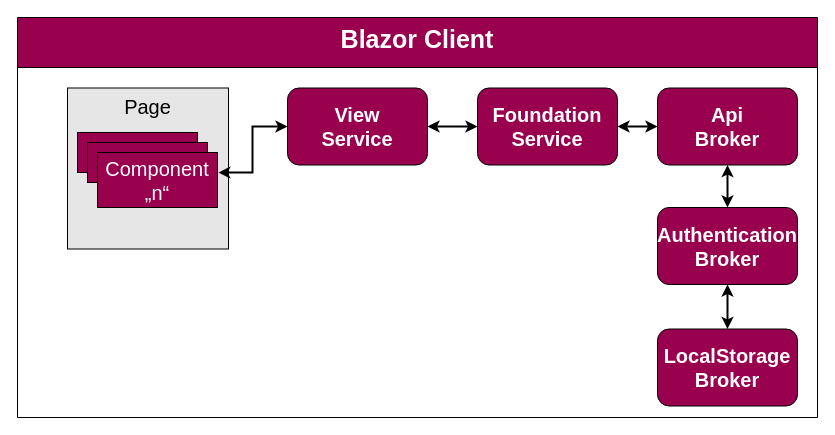
Above: page "Architektur-Blazor" (6 of 7) of Parlivote.Shared/Documentation/Untitled Diagram.drawio in schnickalodeon/Parlivote (draw.io), before the change. Source tidied: cells renumbered, new cells numbered last; positions are measured from the earlier drawing's top-left corner, leaving out a move shared by most shapes. Both pictures are drawn from the tidied source at 100%, with x=0, y=0 at pixel (17, 17).
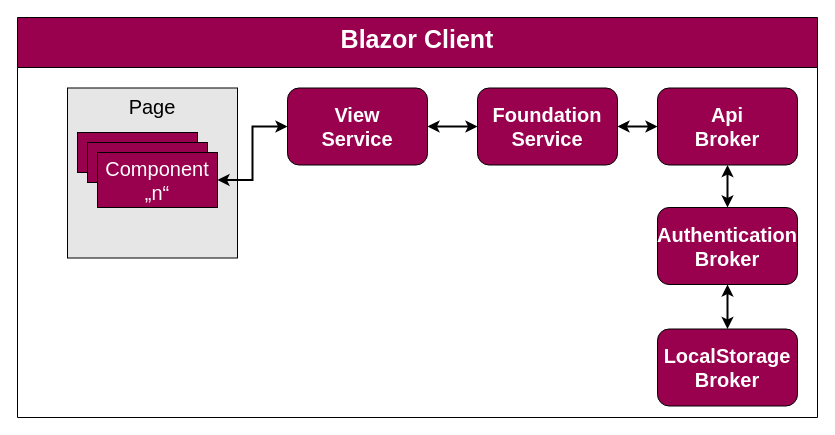
The same diagram, later.

What changed in the source:
```diff
@@
 <mxGraphModel>
   <root>
     <mxCell id="0" />
     <mxCell id="1" parent="0" />
     <mxCell id="2" value="Blazor Client" style="swimlane;fontSize=25;fontColor=#FFFFFF;strokeColor=#000000;strokeWidth=1;fillColor=#99004D;startSize=50;verticalAlign=top;" parent="1" vertex="1">
       <mxGeometry width="800" height="400" as="geometry" />
     </mxCell>
     <mxCell id="3" value="Page" style="whiteSpace=wrap;html=1;fontSize=20;labelPosition=center;verticalLabelPosition=middle;align=center;verticalAlign=top;fillColor=#E6E6E6;" parent="2" vertex="1">
-      <mxGeometry x="50" y="70.5" width="161" height="161" as="geometry" />
+      <mxGeometry x="50" y="70.5" width="170" height="170" as="geometry" />
     </mxCell>
     <mxCell id="4" style="rounded=0;whiteSpace=wrap;html=1;fontSize=20;fillColor=#99004D;" parent="2" vertex="1">
       <mxGeometry x="60" y="115" width="120" height="40" as="geometry" />
     </mxCell>
     <mxCell id="5" style="edgeStyle=orthogonalEdgeStyle;rounded=0;jettySize=auto;html=1;exitX=1;exitY=0.5;exitDx=0;exitDy=0;entryX=0;entryY=0.5;entryDx=0;entryDy=0;fontSize=20;strokeWidth=2;startArrow=classic;startFill=1;" parent="2" edge="1" source="6" target="9">
       <mxGeometry relative="1" as="geometry" />
     </mxCell>
     <mxCell id="6" value="&lt;font style=&quot;font-size: 20px;&quot;&gt;&lt;b style=&quot;font-size: 20px;&quot;&gt;Foundation&lt;br style=&quot;font-size: 20px;&quot;&gt;Service&lt;br style=&quot;font-size: 20px;&quot;&gt;&lt;/b&gt;&lt;/font&gt;" style="rounded=1;whiteSpace=wrap;html=1;fontSize=20;fontColor=#FFFFFF;strokeColor=#000000;strokeWidth=1;fillColor=#99004D;" parent="2" vertex="1">
       <mxGeometry x="460" y="70.5" width="140" height="77" as="geometry" />
     </mxCell>
     <mxCell id="7" style="edgeStyle=orthogonalEdgeStyle;rounded=0;jettySize=auto;html=1;exitX=1;exitY=0.5;exitDx=0;exitDy=0;entryX=0;entryY=0.5;entryDx=0;entryDy=0;fontSize=20;startArrow=classic;startFill=1;strokeWidth=2;" parent="2" edge="1" source="8" target="6">
       <mxGeometry relative="1" as="geometry" />
     </mxCell>
     <mxCell id="8" value="&lt;font style=&quot;font-size: 20px;&quot;&gt;&lt;b style=&quot;font-size: 20px;&quot;&gt;View&lt;br style=&quot;font-size: 20px;&quot;&gt;Service&lt;br style=&quot;font-size: 20px;&quot;&gt;&lt;/b&gt;&lt;/font&gt;" style="rounded=1;whiteSpace=wrap;html=1;fontSize=20;fontColor=#FFFFFF;strokeColor=#000000;strokeWidth=1;fillColor=#99004D;" parent="2" vertex="1">
       <mxGeometry x="270" y="70.5" width="140" height="77" as="geometry" />
     </mxCell>
     <mxCell id="9" value="&lt;font style=&quot;font-size: 20px;&quot;&gt;&lt;b style=&quot;font-size: 20px;&quot;&gt;Api&lt;br style=&quot;font-size: 20px;&quot;&gt;Broker&lt;/b&gt;&lt;/font&gt;" style="rounded=1;whiteSpace=wrap;html=1;fontSize=20;fontColor=#FFFFFF;strokeColor=#000000;strokeWidth=1;fillColor=#99004D;" parent="2" vertex="1">
       <mxGeometry x="640" y="70.5" width="140" height="77" as="geometry" />
     </mxCell>
     <mxCell id="10" style="rounded=0;whiteSpace=wrap;html=1;fontSize=20;fillColor=#99004D;" parent="2" vertex="1">
       <mxGeometry x="70" y="125" width="120" height="40" as="geometry" />
     </mxCell>
-    <mxCell id="11" style="edgeStyle=orthogonalEdgeStyle;rounded=0;jettySize=auto;html=1;exitX=1.007;exitY=0.365;exitDx=0;exitDy=0;fontSize=20;startArrow=classic;startFill=1;strokeWidth=2;exitPerimeter=0;" parent="2" edge="1" source="12" target="8">
+    <mxCell id="11" style="edgeStyle=orthogonalEdgeStyle;rounded=0;jettySize=auto;html=1;exitX=1;exitY=0.5;exitDx=0;exitDy=0;fontSize=20;startArrow=classic;startFill=1;strokeWidth=2;" parent="2" edge="1" source="12" target="8">
       <mxGeometry relative="1" as="geometry" />
     </mxCell>
     <mxCell id="12" value="Component „n“" style="rounded=0;whiteSpace=wrap;html=1;fontSize=20;fillColor=#99004D;fontColor=#FFFFFF;" parent="2" vertex="1">
       <mxGeometry x="80" y="135" width="120" height="55" as="geometry" />
     </mxCell>
     <mxCell id="13" style="edgeStyle=orthogonalEdgeStyle;rounded=0;jettySize=auto;html=1;exitX=0.5;exitY=0;exitDx=0;exitDy=0;entryX=0.5;entryY=1;entryDx=0;entryDy=0;fontSize=20;fontColor=#FFFFFF;startArrow=classic;startFill=1;strokeWidth=2;" parent="2" edge="1" source="15" target="9">
       <mxGeometry relative="1" as="geometry" />
     </mxCell>
     <mxCell id="14" style="edgeStyle=orthogonalEdgeStyle;rounded=0;jettySize=auto;html=1;exitX=0.5;exitY=1;exitDx=0;exitDy=0;entryX=0.5;entryY=0;entryDx=0;entryDy=0;fontSize=20;fontColor=#FFFFFF;startArrow=classic;startFill=1;strokeWidth=2;" parent="2" edge="1" source="15" target="16">
       <mxGeometry relative="1" as="geometry" />
     </mxCell>
     <mxCell id="15" value="&lt;font style=&quot;font-size: 20px;&quot;&gt;&lt;b style=&quot;font-size: 20px;&quot;&gt;Authentication&lt;br style=&quot;font-size: 20px;&quot;&gt;Broker&lt;/b&gt;&lt;/font&gt;" style="rounded=1;whiteSpace=wrap;html=1;fontSize=20;fontColor=#FFFFFF;strokeColor=#000000;strokeWidth=1;fillColor=#99004D;" parent="2" vertex="1">
       <mxGeometry x="640" y="190" width="140" height="77" as="geometry" />
     </mxCell>
     <mxCell id="16" value="&lt;font style=&quot;font-size: 20px;&quot;&gt;&lt;b style=&quot;font-size: 20px;&quot;&gt;LocalStorage&lt;br style=&quot;font-size: 20px;&quot;&gt;Broker&lt;/b&gt;&lt;/font&gt;" style="rounded=1;whiteSpace=wrap;html=1;fontSize=20;fontColor=#FFFFFF;strokeColor=#000000;strokeWidth=1;fillColor=#99004D;" parent="2" vertex="1">
       <mxGeometry x="640" y="311.5" width="140" height="77" as="geometry" />
     </mxCell>
   </root>
 </mxGraphModel>
```
